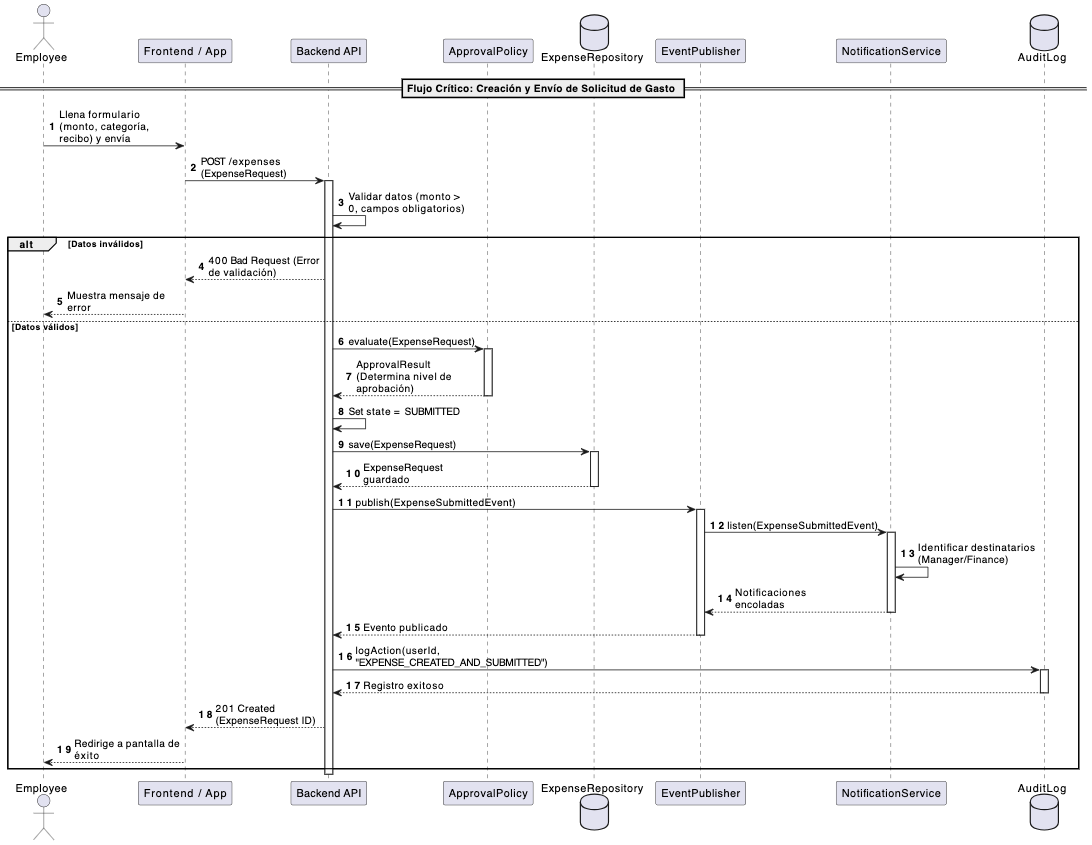
Earlier version of the PlantUML export docs/uml/sequence.png (Paula-C3/ExpenseFlow-Proyecto). Its source is kept beside it as docs/uml/sequence.puml. The source it was exported from:
```plantuml
@startuml
skinparam maxMessageSize 150
autonumber

actor "Employee" as emp
participant "Frontend / App" as app
participant "Backend API" as api
participant "ApprovalPolicy" as policy
database "ExpenseRepository" as repo
participant "EventPublisher" as pub
participant "NotificationService" as notif
database "AuditLog" as audit

== Flujo Crítico: Creación y Envío de Solicitud de Gasto ==

emp -> app: Llena formulario (monto, categoría, recibo) y envía
app -> api: POST /expenses (ExpenseRequest)

activate api
api -> api: Validar datos (monto > 0, campos obligatorios)

alt Datos inválidos
    api --> app: 400 Bad Request (Error de validación)
    app --> emp: Muestra mensaje de error
else Datos válidos
    api -> policy: evaluate(ExpenseRequest)
    activate policy
    policy --> api: ApprovalResult (Determina nivel de aprobación)
    deactivate policy

    api -> api: Set state = SUBMITTED

    api -> repo: save(ExpenseRequest)
    activate repo
    repo --> api: ExpenseRequest guardado
    deactivate repo

    api -> pub: publish(ExpenseSubmittedEvent)
    activate pub
    pub -> notif: listen(ExpenseSubmittedEvent)
    activate notif
    notif -> notif: Identificar destinatarios (Manager/Finance)
    notif --> pub: Notificaciones encoladas
    deactivate notif
    pub --> api: Evento publicado
    deactivate pub

    api -> audit: logAction(userId, "EXPENSE_CREATED_AND_SUBMITTED")
    activate audit
    audit --> api: Registro exitoso
    deactivate audit

    api --> app: 201 Created (ExpenseRequest ID)
    app --> emp: Redirige a pantalla de éxito
end
deactivate api

@enduml
```
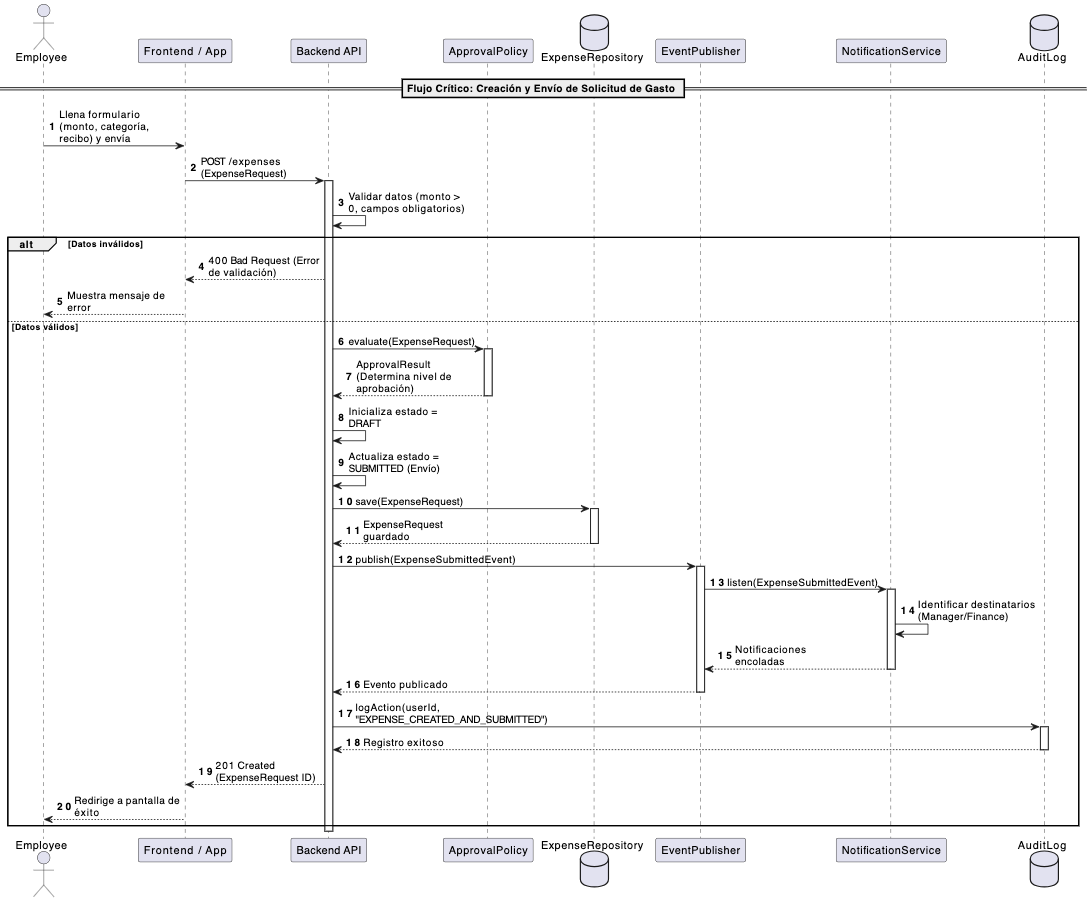
After the commit.

What changed in the source:
```diff
@@ -28,7 +28,8 @@
     policy --> api: ApprovalResult (Determina nivel de aprobación)
     deactivate policy
 
-    api -> api: Set state = SUBMITTED
+    api -> api: Inicializa estado = DRAFT
+    api -> api: Actualiza estado = SUBMITTED (Envío)
 
     api -> repo: save(ExpenseRequest)
     activate repo
```
